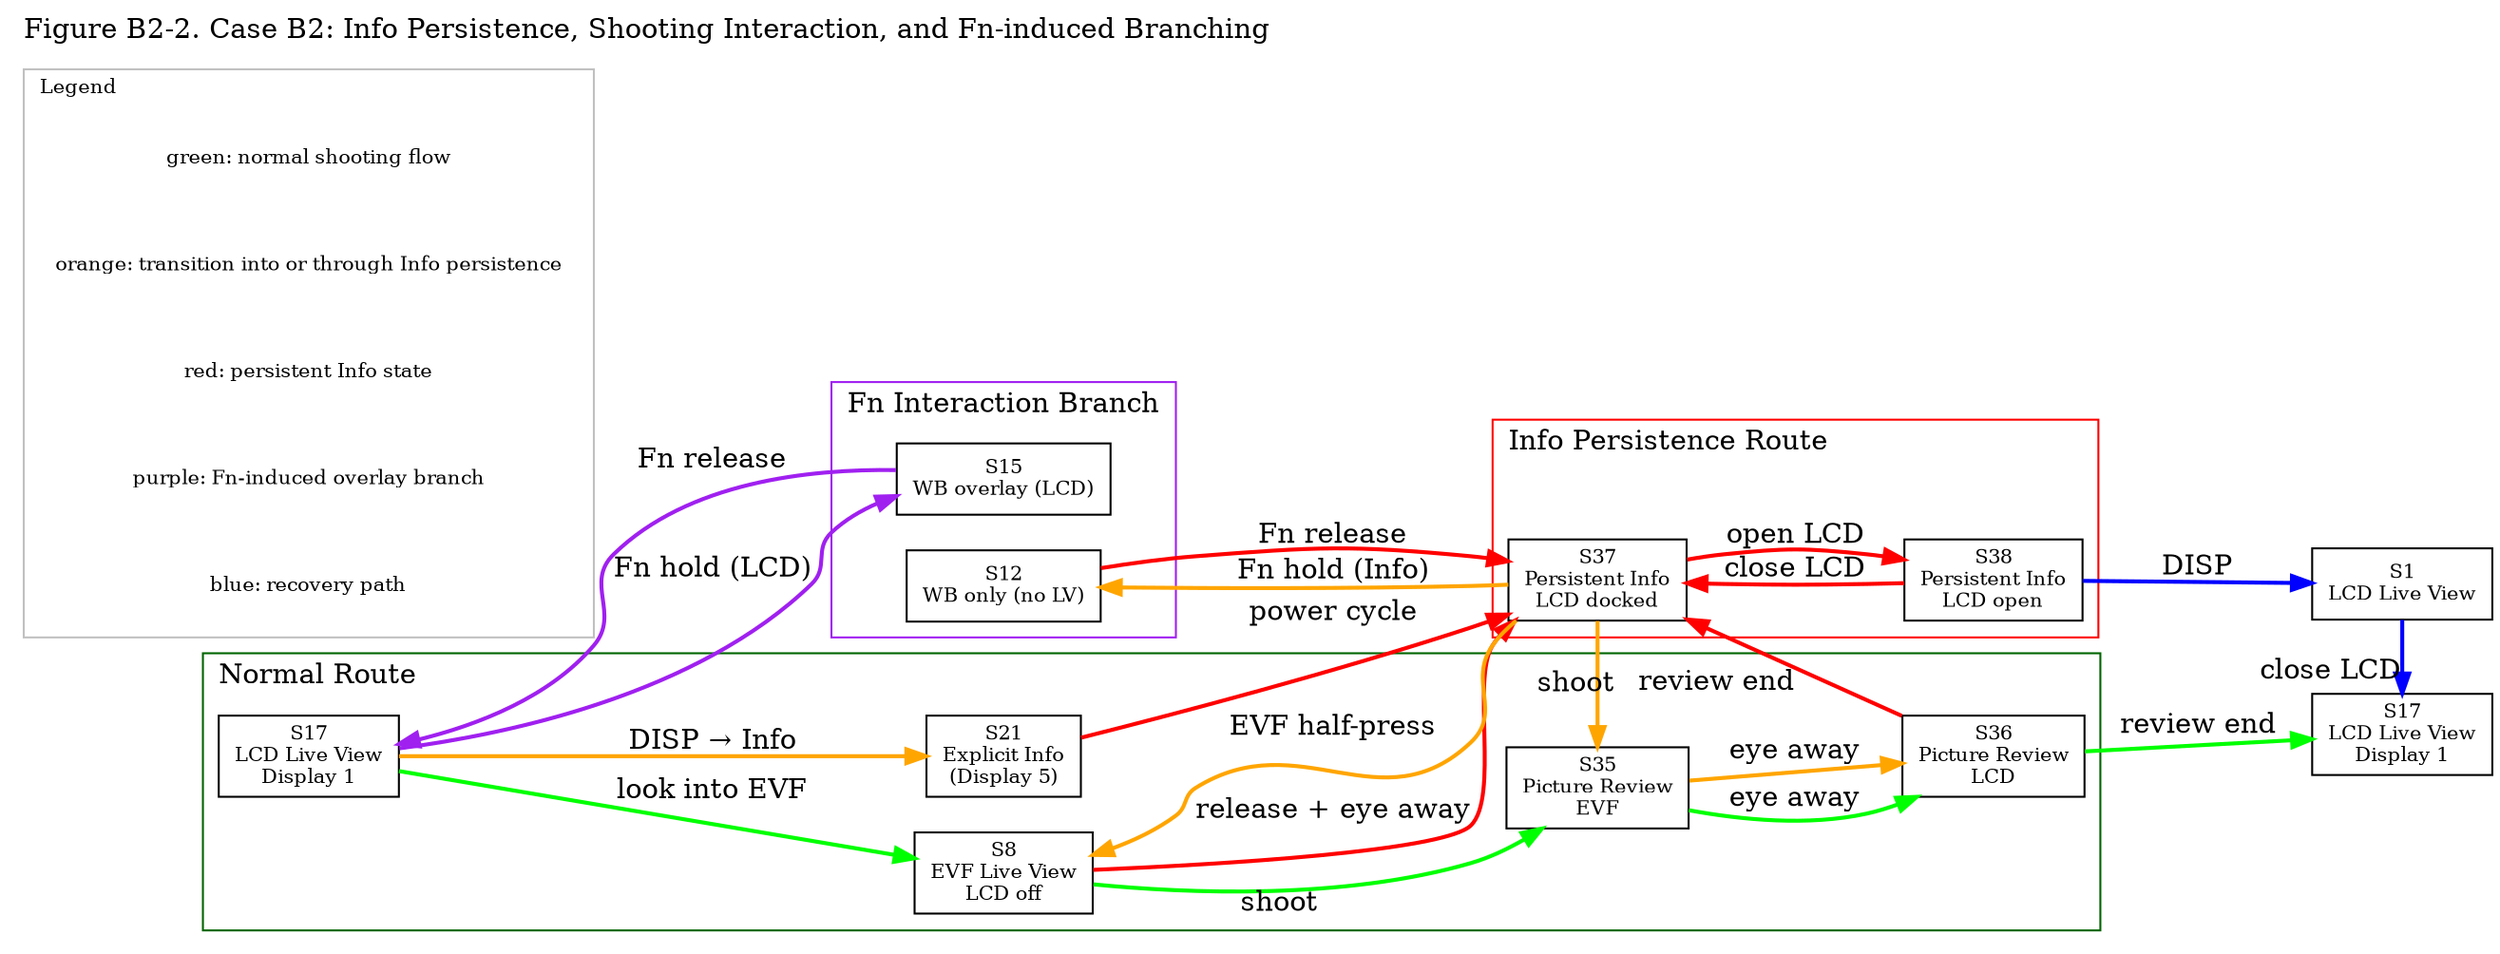
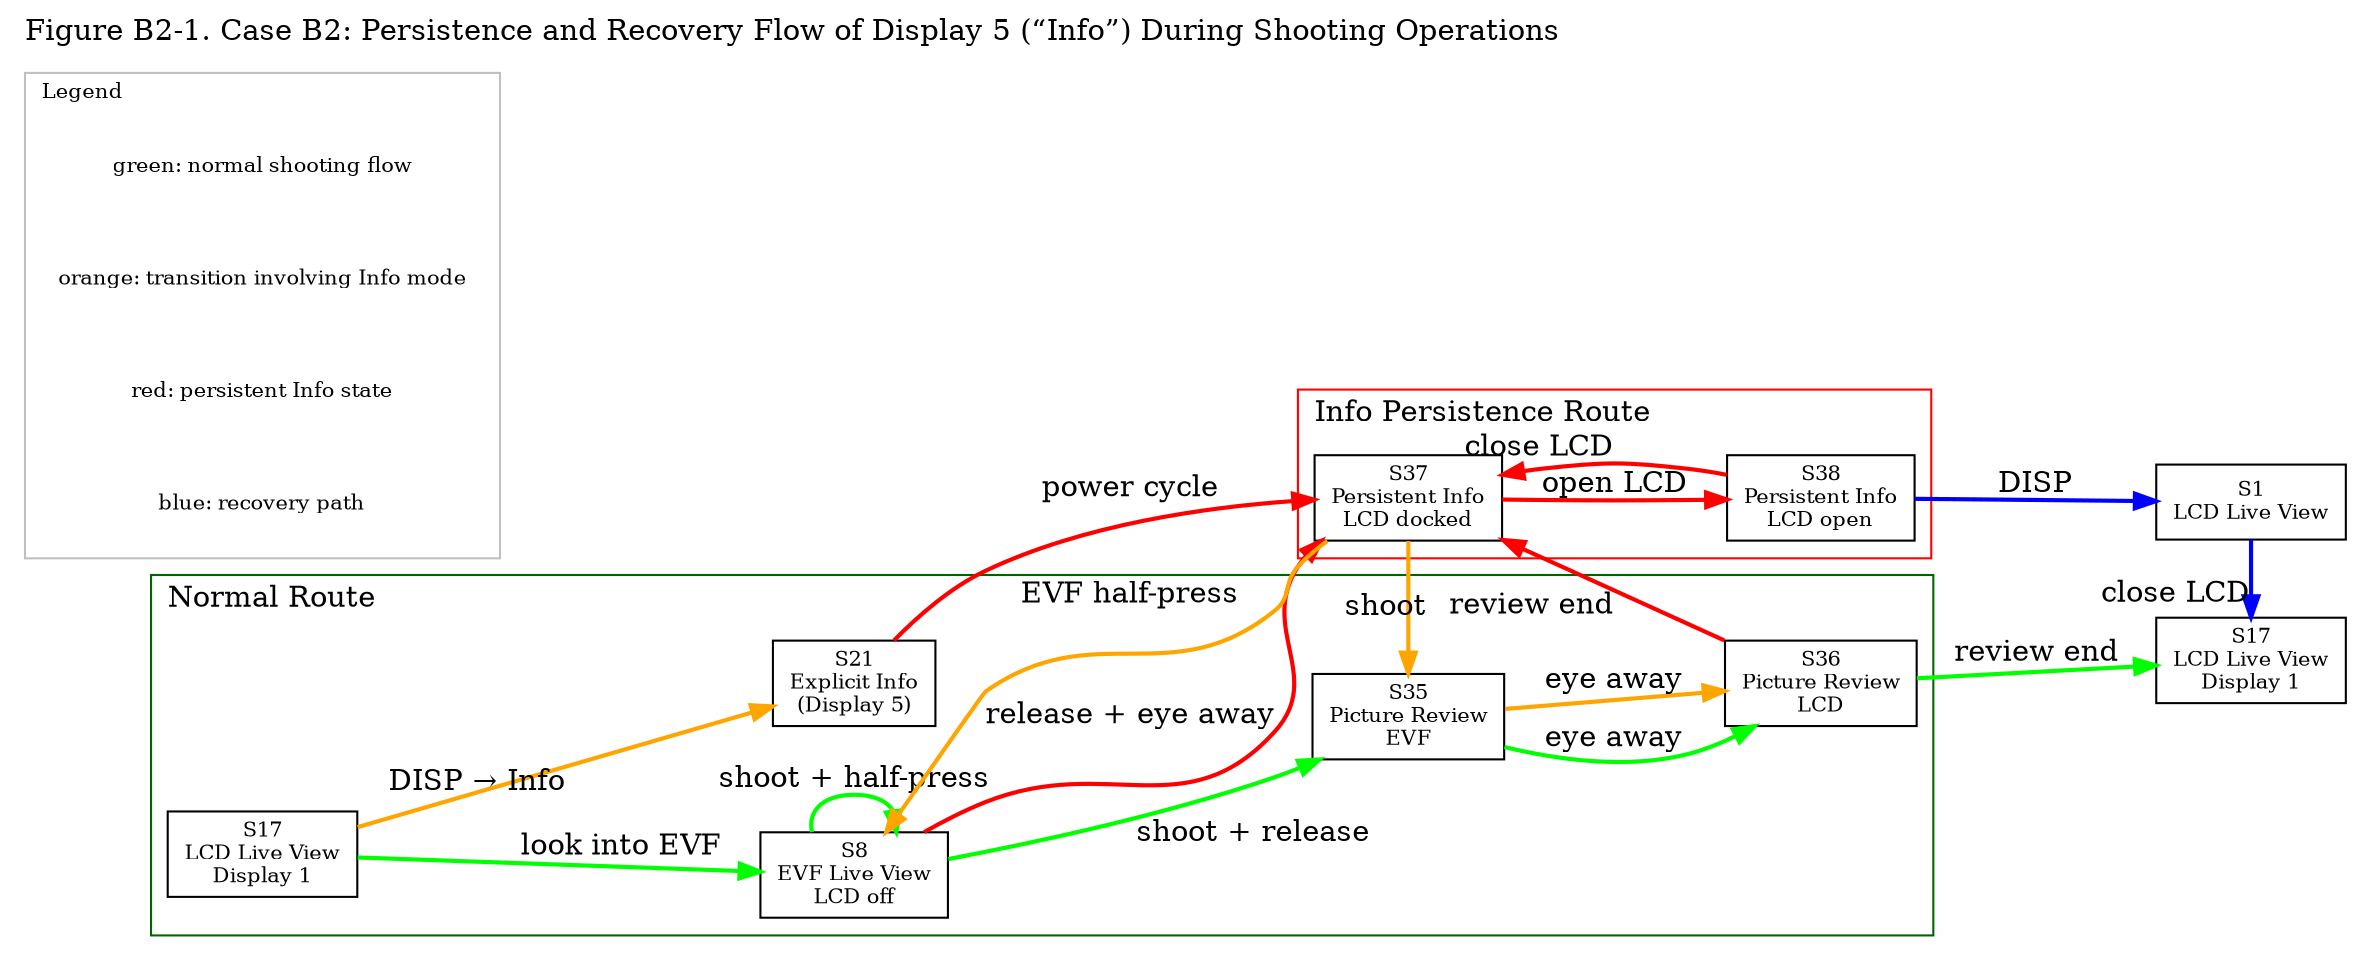
+ 
digraph B2_Extended {
- label="Figure B2-2. Case B2: Info Persistence, Shooting Interaction, and Fn-induced Branching";
+ label="Figure B2-1. Case B2: Persistence and Recovery Flow of Display 5 (“Info”) During Shooting Operations";
labelloc="t";
labeljust="l";
rankdir=LR;
node [shape=box, fontsize=10];

- //S16 [label="S16\nWB overlay (EVF)"];
- S15 [label="S15\nWB overlay (LCD)"];
- S12 [label="S12\nWB only (no LV)"];

S17_L [label="S17\nLCD Live View\nDisplay 1"];
S17_R [label="S17\nLCD Live View\nDisplay 1"];


S8  [label="S8\nEVF Live View\nLCD off"];

S21 [label="S21\nExplicit Info\n(Display 5)"];



S35 [label="S35\nPicture Review\nEVF"];
S36 [label="S36\nPicture Review\nLCD"];
S37 [label="S37\nPersistent Info\nLCD docked"];
S38 [label="S38\nPersistent Info\nLCD open"];
S1  [label="S1\nLCD Live View"];
- 
- 
- 
/* --- Normal shooting flow --- */




     {rank=same; S17_R; S1;}

subgraph cluster_normal {
    label="Normal Route";
    color="darkgreen";

    S17_L -> S8  [label="look into EVF", color="green", penwidth=2];
-     S8     -> S35 [xlabel="shoot", color="green", penwidth=2];
- 
+     S8     -> S35 [xlabel="shoot + release", color="green", penwidth=2];
+     S35    -> S36 [label="eye away", color="green", penwidth=2];
    S36    -> S17_R [label="review end", color="green", penwidth=2];
-     S17_L -> S21 [label="DISP → Info", color="orange", penwidth=2];
+     S17_L -> S21 [xlabel="DISP → Info", color="orange", penwidth=2];

}

/* --- Info entry & persistence --- */
subgraph cluster_info {
    label="Info Persistence Route";
    color="red";


    S21   -> S37 [label="power cycle", color="red", penwidth=2];

    S37 -> S8   [label="EVF half-press", color="orange", penwidth=2];
    S8  -> S37  [label="release + eye away", color="red", penwidth=2];
+     S8  -> S8  [label="shoot + half-press", color="green", penwidth=2];

    S37 -> S35  [label="shoot", color="orange", penwidth=2];
    S35 -> S36  [label="eye away", color="orange", penwidth=2];
    S36 -> S37  [xlabel="review end", color="red", penwidth=2];
-     S38 -> S37 [label="close LCD", color="red", penwidth=2];
    S37 -> S38 [label="open LCD", color="red", penwidth=2];
+     S38 -> S37 [xlabel="close LCD", color="red", penwidth=2];

}
- 
- 
- 
- /* --- Fn interaction branch --- */
- subgraph cluster_fn {
-     label="Fn Interaction Branch";
-     color="purple";
- 
- //    S8  -> S16 [label="Fn hold (EVF)", color="purple", penwidth=2];
- //    S16 -> S8  [label="Fn release", color="purple", penwidth=2];
- 
-     S17_L -> S15 [label="Fn hold (LCD)", color="purple", penwidth=2];
-     S15   -> S17_L [label="Fn release", color="purple", penwidth=2];
- 
-     S37 -> S12 [label="Fn hold (Info)", color="orange", penwidth=2];
-     S12 -> S37 [label="Fn release", color="red", penwidth=2];
-     S35    -> S36 [label="eye away", color="green", penwidth=2];
- }
- 



/* --- Recovery flow --- */
subgraph cluster_recovery {
    label="Recovery";
    color="blue";


    S38 -> S1  [label="DISP", color="blue", penwidth=2];
    S1  -> S17_R [xlabel="close LCD", color="blue", penwidth=2];
}

/* --- Legend --- */
subgraph cluster_legend {
    label="Legend";
    fontsize=10;
    color="gray";

    key_expected [label="green: normal shooting flow", shape=plaintext];
-     key_info_transition [label="orange: transition into or through Info persistence", shape=plaintext];
+     key_info_transition [label="orange: transition involving Info mode", shape=plaintext];
    key_info_state [label="red: persistent Info state", shape=plaintext];
-     key_fn [label="purple: Fn-induced overlay branch", shape=plaintext];
    key_recovery [label="blue: recovery path", shape=plaintext];
}


}